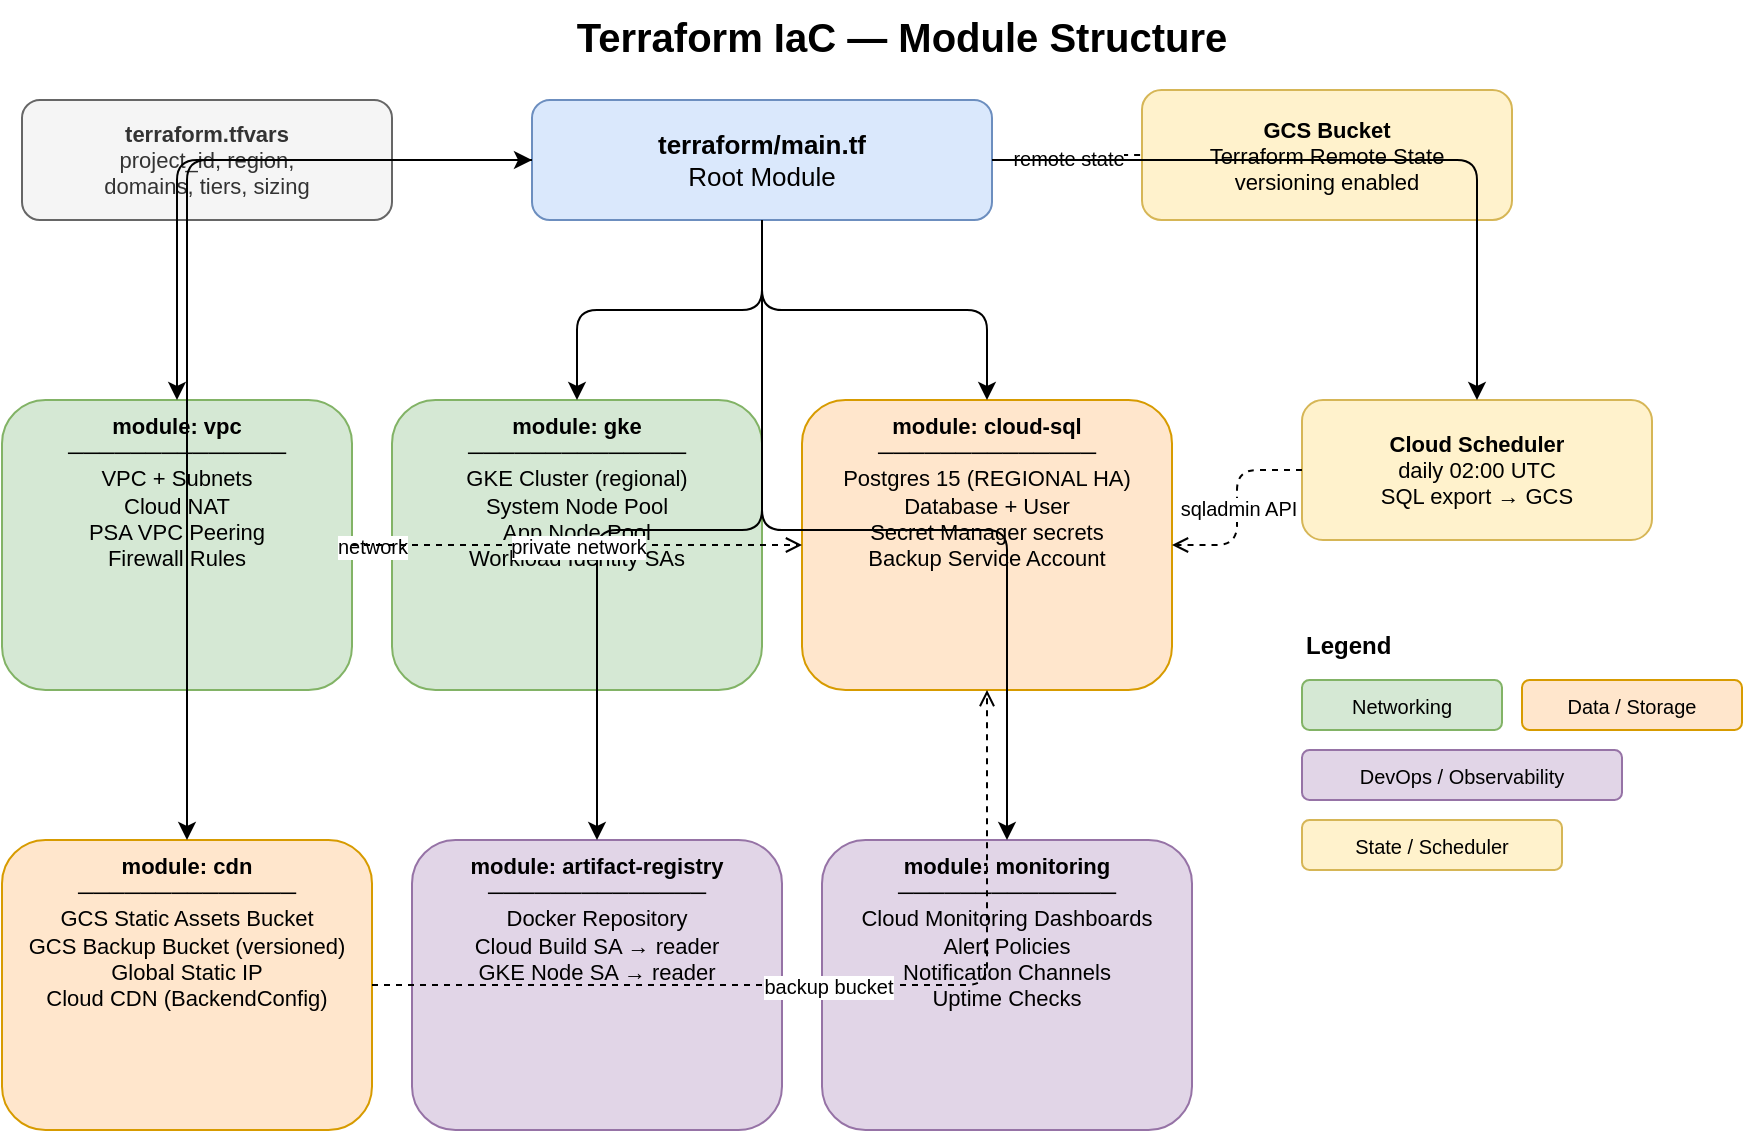
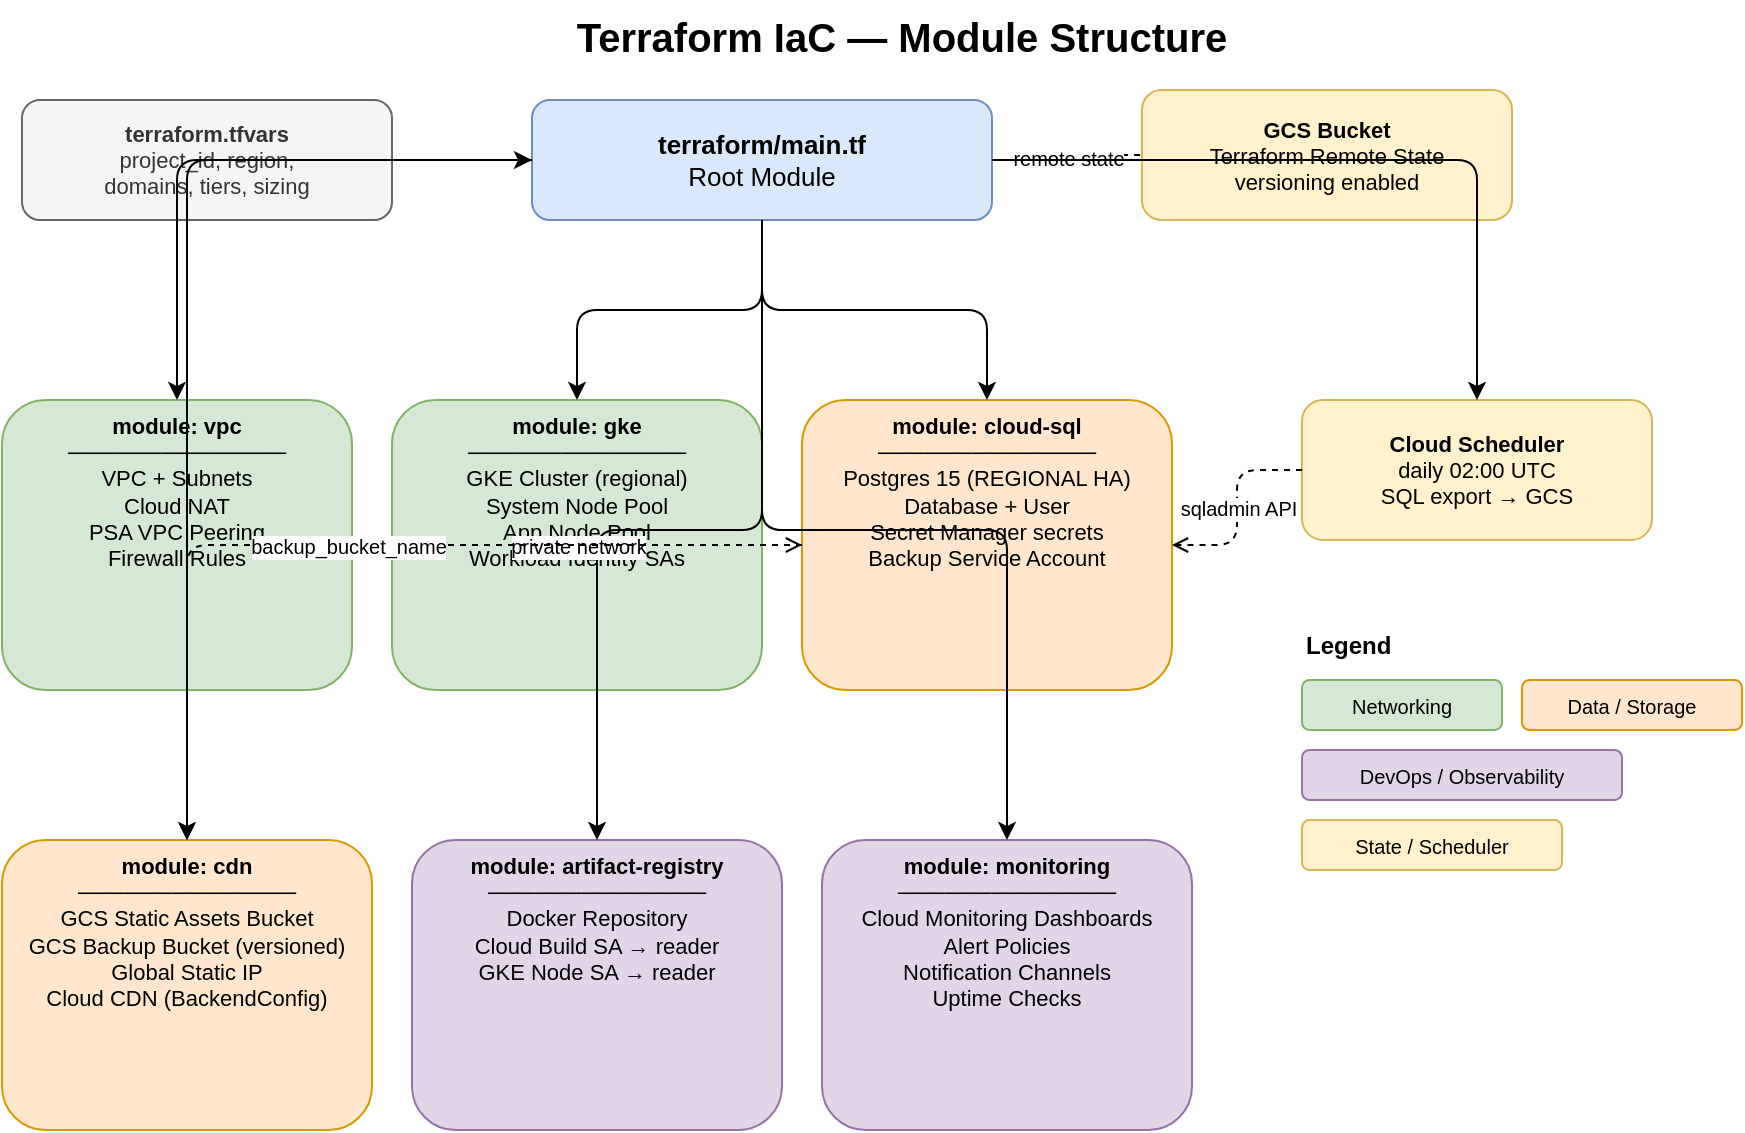
<mxGraphModel dx="1422" dy="762" grid="1" gridSize="10" guides="1" tooltips="1" connect="1" arrows="1" fold="1" page="0" pageScale="1" pageWidth="1169" pageHeight="827" math="0" shadow="0">
  <root>
    <mxCell id="0" />
    <mxCell id="1" parent="0" />

    <!-- Title -->
    <mxCell id="title" value="Terraform IaC — Module Structure" style="text;html=1;strokeColor=none;fillColor=none;align=center;verticalAlign=middle;whiteSpace=wrap;rounded=0;fontSize=20;fontStyle=1;" vertex="1" parent="1">
      <mxGeometry x="200" y="10" width="560" height="35" as="geometry" />
    </mxCell>

    <!-- terraform.tfvars -->
    <mxCell id="tfvars" value="&lt;b&gt;terraform.tfvars&lt;/b&gt;&lt;br&gt;project_id, region,&lt;br&gt;domains, tiers, sizing" style="rounded=1;whiteSpace=wrap;html=1;fillColor=#f5f5f5;strokeColor=#666666;fontColor=#333333;fontSize=11;" vertex="1" parent="1">
      <mxGeometry x="40" y="60" width="185" height="60" as="geometry" />
    </mxCell>

    <!-- Root module -->
    <mxCell id="root" value="&lt;b&gt;terraform/main.tf&lt;/b&gt;&lt;br&gt;Root Module" style="rounded=1;whiteSpace=wrap;html=1;fillColor=#dae8fc;strokeColor=#6c8ebf;fontSize=13;" vertex="1" parent="1">
      <mxGeometry x="295" y="60" width="230" height="60" as="geometry" />
    </mxCell>

    <!-- GCS State bucket -->
    <mxCell id="gcs_state" value="&lt;b&gt;GCS Bucket&lt;/b&gt;&lt;br&gt;Terraform Remote State&lt;br&gt;versioning enabled" style="rounded=1;whiteSpace=wrap;html=1;fillColor=#fff2cc;strokeColor=#d6b656;fontSize=11;" vertex="1" parent="1">
      <mxGeometry x="600" y="55" width="185" height="65" as="geometry" />
    </mxCell>

    <!-- tfvars → root -->
    <mxCell id="e_tfvars" style="edgeStyle=orthogonalEdgeStyle;html=1;" edge="1" source="tfvars" target="root" parent="1">
      <mxGeometry relative="1" as="geometry" />
    </mxCell>

    <!-- root → gcs_state (dashed, remote state) -->
    <mxCell id="e_state" value="remote state" style="edgeStyle=orthogonalEdgeStyle;dashed=1;endArrow=none;html=1;fontSize=10;" edge="1" source="root" target="gcs_state" parent="1">
      <mxGeometry relative="1" as="geometry" />
    </mxCell>

    <!-- ═══ ROW 1 MODULES ═══ -->

    <!-- module: vpc -->
    <mxCell id="vpc" value="&lt;b&gt;module: vpc&lt;/b&gt;&lt;br&gt;──────────────&lt;br&gt;VPC + Subnets&lt;br&gt;Cloud NAT&lt;br&gt;PSA VPC Peering&lt;br&gt;Firewall Rules" style="rounded=1;whiteSpace=wrap;html=1;fillColor=#d5e8d4;strokeColor=#82b366;fontSize=11;verticalAlign=top;" vertex="1" parent="1">
      <mxGeometry x="30" y="210" width="175" height="145" as="geometry" />
    </mxCell>

    <!-- module: gke -->
    <mxCell id="gke" value="&lt;b&gt;module: gke&lt;/b&gt;&lt;br&gt;──────────────&lt;br&gt;GKE Cluster (regional)&lt;br&gt;System Node Pool&lt;br&gt;App Node Pool&lt;br&gt;Workload Identity SAs" style="rounded=1;whiteSpace=wrap;html=1;fillColor=#d5e8d4;strokeColor=#82b366;fontSize=11;verticalAlign=top;" vertex="1" parent="1">
      <mxGeometry x="225" y="210" width="185" height="145" as="geometry" />
    </mxCell>

    <!-- module: cloud-sql -->
    <mxCell id="cloudsql" value="&lt;b&gt;module: cloud-sql&lt;/b&gt;&lt;br&gt;──────────────&lt;br&gt;Postgres 15 (REGIONAL HA)&lt;br&gt;Database + User&lt;br&gt;Secret Manager secrets&lt;br&gt;Backup Service Account" style="rounded=1;whiteSpace=wrap;html=1;fillColor=#ffe6cc;strokeColor=#d79b00;fontSize=11;verticalAlign=top;" vertex="1" parent="1">
      <mxGeometry x="430" y="210" width="185" height="145" as="geometry" />
    </mxCell>

    <!-- ═══ ROW 2 MODULES ═══ -->

    <!-- module: cdn -->
    <mxCell id="cdn" value="&lt;b&gt;module: cdn&lt;/b&gt;&lt;br&gt;──────────────&lt;br&gt;GCS Static Assets Bucket&lt;br&gt;GCS Backup Bucket (versioned)&lt;br&gt;Global Static IP&lt;br&gt;Cloud CDN (BackendConfig)" style="rounded=1;whiteSpace=wrap;html=1;fillColor=#ffe6cc;strokeColor=#d79b00;fontSize=11;verticalAlign=top;" vertex="1" parent="1">
      <mxGeometry x="30" y="430" width="185" height="145" as="geometry" />
    </mxCell>

    <!-- module: artifact-registry -->
    <mxCell id="ar" value="&lt;b&gt;module: artifact-registry&lt;/b&gt;&lt;br&gt;──────────────&lt;br&gt;Docker Repository&lt;br&gt;Cloud Build SA → reader&lt;br&gt;GKE Node SA → reader" style="rounded=1;whiteSpace=wrap;html=1;fillColor=#e1d5e7;strokeColor=#9673a6;fontSize=11;verticalAlign=top;" vertex="1" parent="1">
      <mxGeometry x="235" y="430" width="185" height="145" as="geometry" />
    </mxCell>

    <!-- module: monitoring -->
    <mxCell id="monitoring" value="&lt;b&gt;module: monitoring&lt;/b&gt;&lt;br&gt;──────────────&lt;br&gt;Cloud Monitoring Dashboards&lt;br&gt;Alert Policies&lt;br&gt;Notification Channels&lt;br&gt;Uptime Checks" style="rounded=1;whiteSpace=wrap;html=1;fillColor=#e1d5e7;strokeColor=#9673a6;fontSize=11;verticalAlign=top;" vertex="1" parent="1">
      <mxGeometry x="440" y="430" width="185" height="145" as="geometry" />
    </mxCell>

    <!-- ═══ ROOT → MODULE ARROWS ═══ -->
    <mxCell id="e_vpc"  style="edgeStyle=orthogonalEdgeStyle;html=1;" edge="1" source="root" target="vpc"        parent="1"><mxGeometry relative="1" as="geometry" /></mxCell>
    <mxCell id="e_gke"  style="edgeStyle=orthogonalEdgeStyle;html=1;" edge="1" source="root" target="gke"        parent="1"><mxGeometry relative="1" as="geometry" /></mxCell>
    <mxCell id="e_sql"  style="edgeStyle=orthogonalEdgeStyle;html=1;" edge="1" source="root" target="cloudsql"   parent="1"><mxGeometry relative="1" as="geometry" /></mxCell>
    <mxCell id="e_cdn"  style="edgeStyle=orthogonalEdgeStyle;html=1;" edge="1" source="root" target="cdn"        parent="1"><mxGeometry relative="1" as="geometry" /></mxCell>
    <mxCell id="e_ar"   style="edgeStyle=orthogonalEdgeStyle;html=1;" edge="1" source="root" target="ar"         parent="1"><mxGeometry relative="1" as="geometry" /></mxCell>
    <mxCell id="e_mon"  style="edgeStyle=orthogonalEdgeStyle;html=1;" edge="1" source="root" target="monitoring" parent="1"><mxGeometry relative="1" as="geometry" /></mxCell>

    <!-- ═══ INTER-MODULE DEPENDENCIES (dashed) ═══ -->

    <!-- vpc → gke: provides network -->
    <mxCell id="dep_vpc_gke" value="network" style="edgeStyle=orthogonalEdgeStyle;dashed=1;endArrow=open;endFill=0;fontSize=10;html=1;" edge="1" source="vpc" target="gke" parent="1">
      <mxGeometry relative="1" as="geometry" />
    </mxCell>

    <!-- vpc → cloudsql: private network -->
    <mxCell id="dep_vpc_sql" value="private network" style="edgeStyle=orthogonalEdgeStyle;dashed=1;endArrow=open;endFill=0;fontSize=10;html=1;" edge="1" source="vpc" target="cloudsql" parent="1">
      <mxGeometry relative="1" as="geometry" />
    </mxCell>

-     <!-- cdn → cloudsql: backup bucket name -->
-     <mxCell id="dep_cdn_sql" value="backup bucket" style="edgeStyle=orthogonalEdgeStyle;dashed=1;endArrow=open;endFill=0;fontSize=10;html=1;" edge="1" source="cdn" target="cloudsql" parent="1">
+     <!-- cdn → cloudsql: provides backup bucket name for IAM grant -->
+     <mxCell id="dep_cdn_sql" value="backup_bucket_name" style="edgeStyle=orthogonalEdgeStyle;dashed=1;endArrow=open;endFill=0;fontSize=10;html=1;" edge="1" source="cloudsql" target="cdn" parent="1">
      <mxGeometry relative="1" as="geometry" />
    </mxCell>

    <!-- ═══ CLOUD SCHEDULER ═══ -->
    <mxCell id="scheduler" value="&lt;b&gt;Cloud Scheduler&lt;/b&gt;&lt;br&gt;daily 02:00 UTC&lt;br&gt;SQL export → GCS" style="rounded=1;whiteSpace=wrap;html=1;fillColor=#fff2cc;strokeColor=#d6b656;fontSize=11;" vertex="1" parent="1">
      <mxGeometry x="680" y="210" width="175" height="70" as="geometry" />
    </mxCell>

    <!-- root → scheduler -->
    <mxCell id="e_sched" style="edgeStyle=orthogonalEdgeStyle;html=1;" edge="1" source="root" target="scheduler" parent="1">
      <mxGeometry relative="1" as="geometry" />
    </mxCell>

    <!-- scheduler → cloudsql (calls sqladmin API) -->
    <mxCell id="dep_sched_sql" value="sqladmin API" style="edgeStyle=orthogonalEdgeStyle;dashed=1;endArrow=open;endFill=0;fontSize=10;html=1;" edge="1" source="scheduler" target="cloudsql" parent="1">
      <mxGeometry relative="1" as="geometry" />
    </mxCell>

    <!-- ═══ LEGEND ═══ -->
    <mxCell id="leg_title" value="Legend" style="text;html=1;strokeColor=none;fillColor=none;align=left;verticalAlign=middle;whiteSpace=wrap;rounded=0;fontSize=12;fontStyle=1;" vertex="1" parent="1">
      <mxGeometry x="680" y="320" width="80" height="25" as="geometry" />
    </mxCell>
    <mxCell id="leg_net"  value="Networking" style="rounded=1;whiteSpace=wrap;html=1;fillColor=#d5e8d4;strokeColor=#82b366;fontSize=10;" vertex="1" parent="1">
      <mxGeometry x="680" y="350" width="100" height="25" as="geometry" />
    </mxCell>
    <mxCell id="leg_data" value="Data / Storage" style="rounded=1;whiteSpace=wrap;html=1;fillColor=#ffe6cc;strokeColor=#d79b00;fontSize=10;" vertex="1" parent="1">
      <mxGeometry x="790" y="350" width="110" height="25" as="geometry" />
    </mxCell>
    <mxCell id="leg_obs"  value="DevOps / Observability" style="rounded=1;whiteSpace=wrap;html=1;fillColor=#e1d5e7;strokeColor=#9673a6;fontSize=10;" vertex="1" parent="1">
      <mxGeometry x="680" y="385" width="160" height="25" as="geometry" />
    </mxCell>
    <mxCell id="leg_spec" value="State / Scheduler" style="rounded=1;whiteSpace=wrap;html=1;fillColor=#fff2cc;strokeColor=#d6b656;fontSize=10;" vertex="1" parent="1">
      <mxGeometry x="680" y="420" width="130" height="25" as="geometry" />
    </mxCell>

  </root>
</mxGraphModel>
